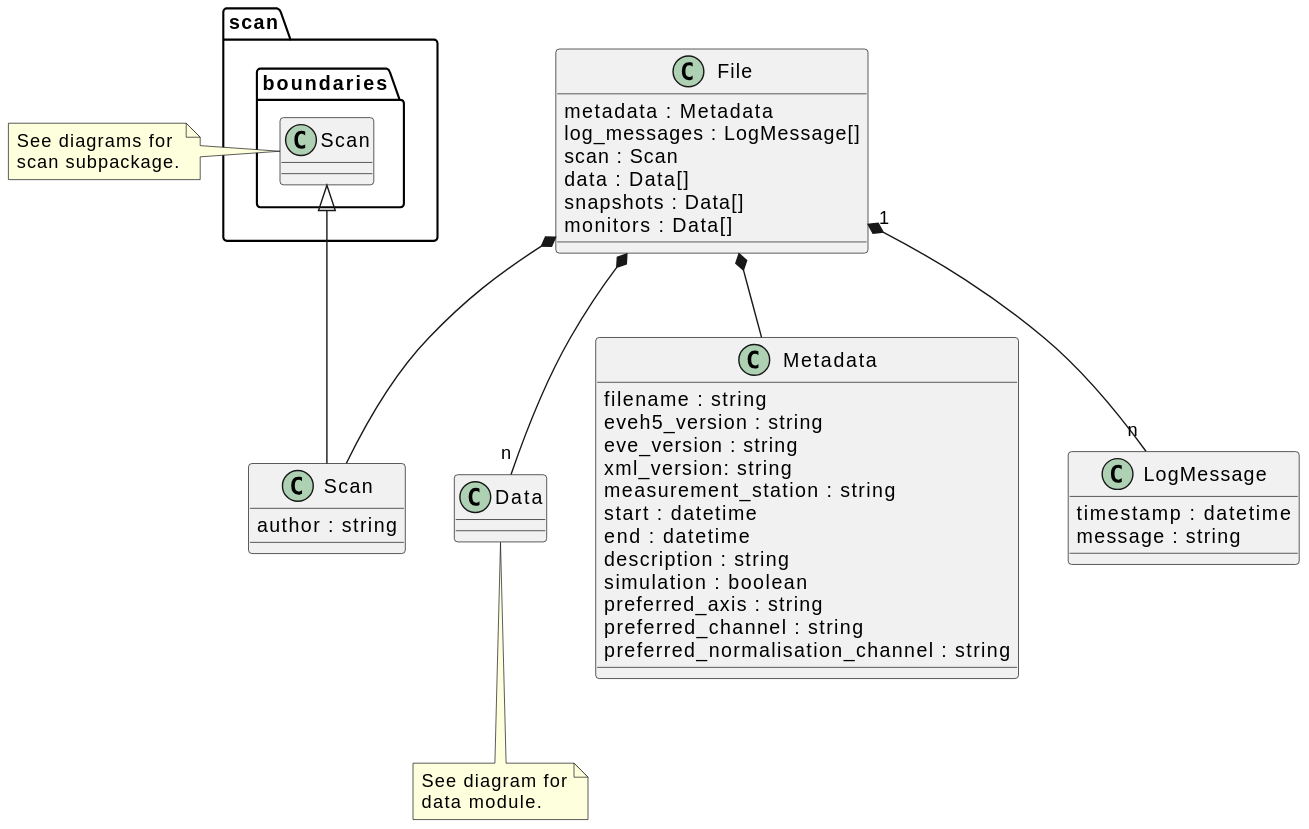
Above: docs/uml/evedata.evefile.file.svg in tillbiskup/evedata (PlantUML), before the change. Its diagram source:
```plantuml
@startuml
class File {
    metadata : Metadata
    log_messages : LogMessage[]
    scan : Scan
    data : Data[]
    snapshots : Data[]
    monitors : Data[]
}

File *-- "n" Data
note bottom: See diagram for\ndata module.

class Metadata{
    filename : string
    eveh5_version : string
    eve_version : string
    xml_version: string
    measurement_station : string
    start : datetime
    end : datetime
    description : string
    simulation : boolean
    preferred_axis : string
    preferred_channel : string
    preferred_normalisation_channel : string
}

class LogMessage {
    timestamp : datetime
    message : string
}

class Scan extends scan.boundaries.Scan {
    author : string
}
note left: See diagrams for\nscan subpackage.

File *-- Metadata
File "1" *-- "n" LogMessage
File *-- Scan
@enduml
```
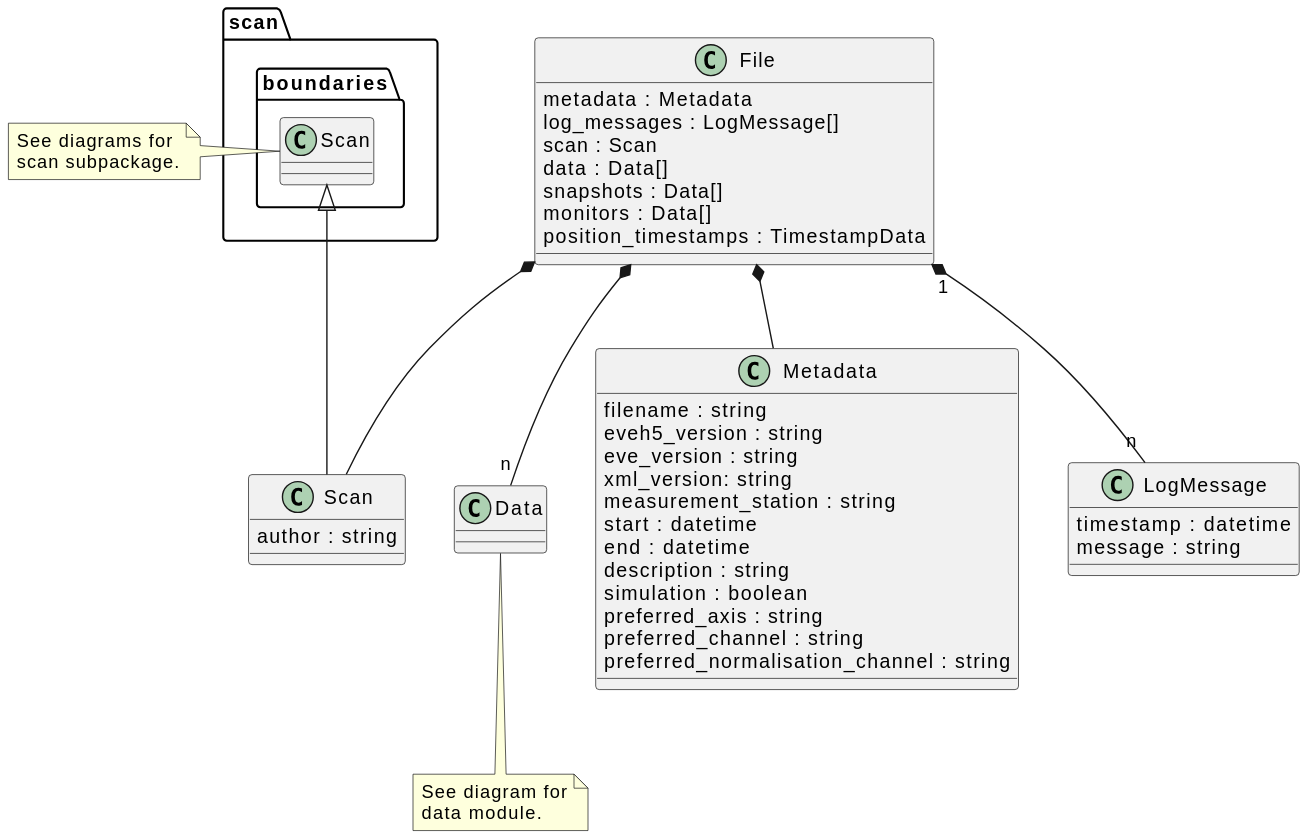
Later version of the same file.

Commit message:
Towards mapping of eveH5 files to the evedata structures.

The edit, as a diff of the source:
```diff
@@ -6,6 +6,7 @@
     data : Data[]
     snapshots : Data[]
     monitors : Data[]
+    position_timestamps : TimestampData
 }
 
 File *-- "n" Data
```
